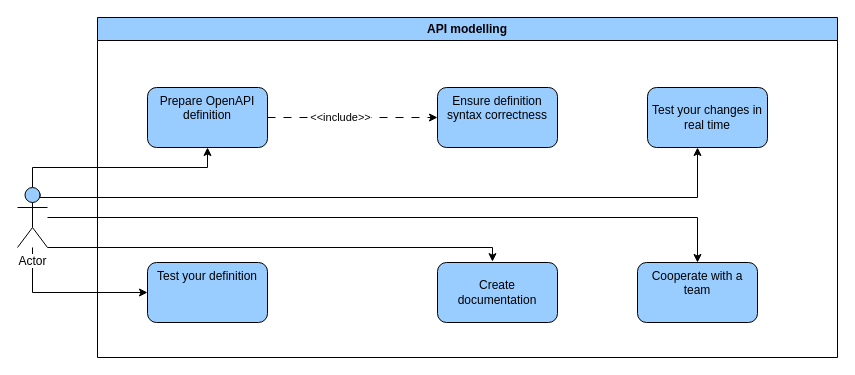
dzasta997/test keeps this draw.io diagram as Untitled Diagram.drawio. Above is the earlier version. Source tidied: cells renumbered, new cells numbered last; positions are measured from the earlier drawing's top-left corner, leaving out a move shared by most shapes. Both pictures are drawn from the tidied source at 100%, with x=0, y=0 at pixel (17, 17).
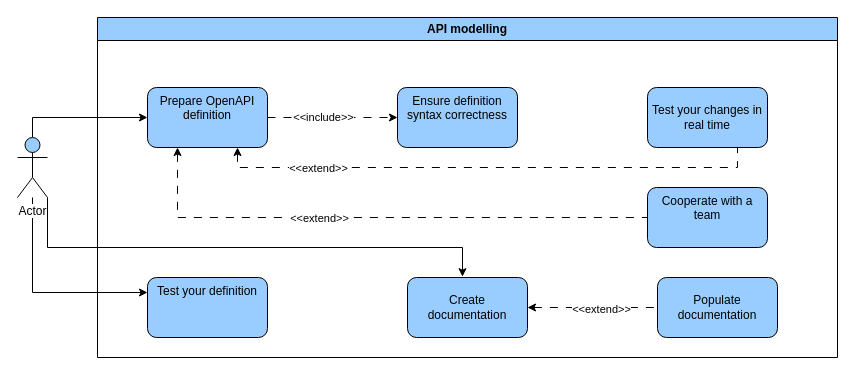
Above is the later version.

The change refers to these unchanged cells:
```xml
<mxCell id="2" value="API modelling" style="swimlane;whiteSpace=wrap;html=1;fillColor=#99CCFF;" parent="1" vertex="1">
  <mxGeometry x="80" width="740" height="340" as="geometry" />
</mxCell>
<mxCell id="5" value="Prepare OpenAPI definition" style="rounded=1;whiteSpace=wrap;html=1;verticalAlign=top;fillColor=#99CCFF;" parent="2" vertex="1">
  <mxGeometry x="50" y="70" width="120" height="60" as="geometry" />
</mxCell>
<mxCell id="6" value="Test your changes in real time" style="rounded=1;whiteSpace=wrap;html=1;fillColor=#99CCFF;" parent="2" vertex="1">
  <mxGeometry x="550" y="70" width="120" height="60" as="geometry" />
</mxCell>
```

The edit, as a diff of the source:
```diff
@@
+    <mxCell id="17" style="edgeStyle=orthogonalEdgeStyle;rounded=0;jettySize=auto;html=1;exitX=0.75;exitY=1;exitDx=0;exitDy=0;entryX=0.75;entryY=1;entryDx=0;entryDy=0;endArrow=none;endFill=0;startArrow=classic;startFill=1;dashed=1;dashPattern=8 8;" parent="2" edge="1" source="5" target="6">
+      <mxGeometry relative="1" as="geometry" />
+    </mxCell>
+    <mxCell id="18" value="&amp;lt;&amp;lt;extend&amp;gt;&amp;gt;" style="edgeLabel;html=1;align=center;verticalAlign=middle;" parent="17" vertex="1">
+      <mxGeometry x="0.24" y="3" relative="1" as="geometry">
+        <mxPoint x="-235" y="3" as="offset" />
+      </mxGeometry>
+    </mxCell>
@@
     <mxCell id="7" value="Ensure definition syntax correctness" style="whiteSpace=wrap;html=1;verticalAlign=top;rounded=1;fillColor=#99CCFF;" parent="2" vertex="1">
-      <mxGeometry x="340" y="70" width="120" height="60" as="geometry" />
+      <mxGeometry x="300" y="70" width="120" height="60" as="geometry" />
     </mxCell>
     <mxCell id="8" value="Cooperate with a team" style="rounded=1;whiteSpace=wrap;html=1;verticalAlign=top;fillColor=#99CCFF;" parent="2" vertex="1">
-      <mxGeometry x="540" y="245" width="120" height="60" as="geometry" />
+      <mxGeometry x="550" y="170" width="120" height="60" as="geometry" />
     </mxCell>
+    <mxCell id="19" style="edgeStyle=orthogonalEdgeStyle;rounded=0;jettySize=auto;html=1;dashed=1;dashPattern=8 8;startArrow=classic;startFill=1;endArrow=none;endFill=0;" parent="2" edge="1" source="9" target="22">
+      <mxGeometry relative="1" as="geometry" />
+    </mxCell>
+    <mxCell id="20" value="&amp;lt;&amp;lt;extend&amp;gt;&amp;gt;" style="edgeLabel;html=1;align=center;verticalAlign=middle;" parent="19" vertex="1">
+      <mxGeometry x="0.13" y="-1" relative="1" as="geometry" />
+    </mxCell>
     <mxCell id="9" value="Create documentation" style="rounded=1;whiteSpace=wrap;html=1;fillColor=#99CCFF;" parent="2" vertex="1">
-      <mxGeometry x="340" y="245" width="120" height="60" as="geometry" />
+      <mxGeometry x="310" y="260" width="120" height="60" as="geometry" />
     </mxCell>
     <mxCell id="10" value="Test your definition" style="rounded=1;whiteSpace=wrap;html=1;verticalAlign=top;fillColor=#99CCFF;" parent="2" vertex="1">
-      <mxGeometry x="50" y="245" width="120" height="60" as="geometry" />
+      <mxGeometry x="50" y="260" width="120" height="60" as="geometry" />
     </mxCell>
+    <mxCell id="13" style="edgeStyle=orthogonalEdgeStyle;rounded=0;jettySize=auto;html=1;exitX=0.25;exitY=1;exitDx=0;exitDy=0;dashed=1;dashPattern=8 8;endArrow=none;endFill=0;startArrow=classic;startFill=1;entryX=0;entryY=0.5;entryDx=0;entryDy=0;" parent="2" edge="1" source="5" target="8">
+      <mxGeometry relative="1" as="geometry" />
+    </mxCell>
+    <mxCell id="21" value="&amp;lt;&amp;lt;extend&amp;gt;&amp;gt;" style="edgeLabel;html=1;align=center;verticalAlign=middle;" parent="13" vertex="1">
+      <mxGeometry x="-0.3" y="2" relative="1" as="geometry">
+        <mxPoint x="22" y="2" as="offset" />
+      </mxGeometry>
+    </mxCell>
+    <mxCell id="22" value="Populate documentation" style="whiteSpace=wrap;html=1;fillColor=#99CCFF;rounded=1;" parent="2" vertex="1">
+      <mxGeometry x="560" y="260" width="120" height="60" as="geometry" />
+    </mxCell>
@@
-    <mxCell id="12" style="edgeStyle=orthogonalEdgeStyle;rounded=0;jettySize=auto;html=1;exitX=0.75;exitY=0.1;exitDx=0;exitDy=0;exitPerimeter=0;" parent="1" edge="1" source="16" target="6">
-      <mxGeometry relative="1" as="geometry">
-        <Array as="points">
-          <mxPoint x="23" y="180" />
-          <mxPoint x="680" y="180" />
-        </Array>
-      </mxGeometry>
-    </mxCell>
-    <mxCell id="13" style="edgeStyle=orthogonalEdgeStyle;rounded=0;jettySize=auto;html=1;" parent="1" edge="1" source="16" target="8">
-      <mxGeometry relative="1" as="geometry" />
-    </mxCell>
     <mxCell id="14" style="edgeStyle=orthogonalEdgeStyle;rounded=0;jettySize=auto;html=1;exitX=1;exitY=1;exitDx=0;exitDy=0;exitPerimeter=0;entryX=0.458;entryY=-0.014;entryDx=0;entryDy=0;entryPerimeter=0;" parent="1" edge="1" source="16" target="9">
       <mxGeometry relative="1" as="geometry">
         <Array as="points">
-          <mxPoint x="475" y="230" />
+          <mxPoint x="30" y="230" />
+          <mxPoint x="445" y="230" />
         </Array>
       </mxGeometry>
     </mxCell>
@@
     <mxCell id="16" value="&lt;span style=&quot;background-color: rgb(255, 255, 255);&quot;&gt;Actor&lt;/span&gt;" style="shape=umlActor;verticalLabelPosition=bottom;verticalAlign=top;html=1;outlineConnect=0;fillColor=#99CCFF;" parent="1" vertex="1">
-      <mxGeometry y="170" width="30" height="60" as="geometry" />
+      <mxGeometry y="120" width="30" height="60" as="geometry" />
     </mxCell>
```
